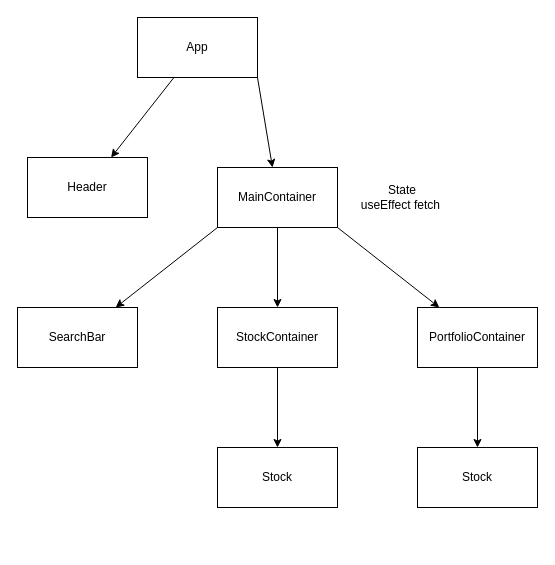
Above: src/Hierarchy.drawio in clambiase08/react-hooks-practice-stocks (draw.io), before the change. Source tidied: cells renumbered, new cells numbered last; positions are measured from the earlier drawing's top-left corner, leaving out a move shared by most shapes. Both pictures are drawn from the tidied source at 100%, with x=0, y=0 at pixel (17, 17).
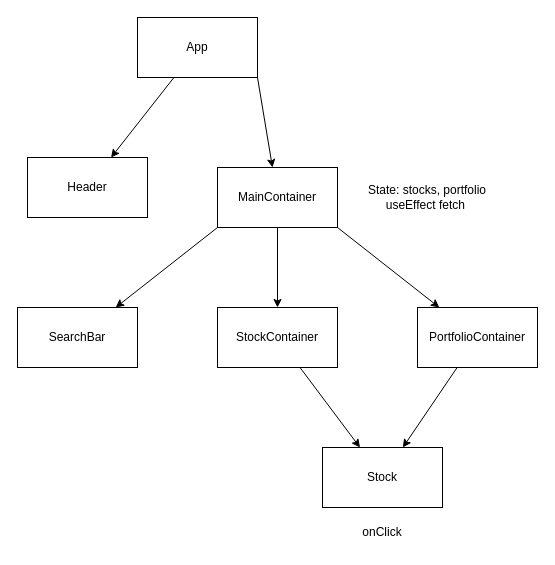
After the change.

Diff of the diagram source:
```diff
@@
 <mxGraphModel>
   <root>
     <mxCell id="0" />
     <mxCell id="1" parent="0" />
     <mxCell id="2" style="edgeStyle=none;html=1;" parent="1" edge="1" source="3" target="5">
       <mxGeometry relative="1" as="geometry" />
     </mxCell>
     <mxCell id="3" value="App" style="whiteSpace=wrap;html=1;" parent="1" vertex="1">
       <mxGeometry x="120" width="120" height="60" as="geometry" />
     </mxCell>
     <mxCell id="4" style="edgeStyle=none;html=1;exitX=1;exitY=1;exitDx=0;exitDy=0;" parent="1" edge="1" source="3" target="7">
       <mxGeometry relative="1" as="geometry" />
     </mxCell>
     <mxCell id="5" value="Header" style="whiteSpace=wrap;html=1;" parent="1" vertex="1">
       <mxGeometry x="10" y="140" width="120" height="60" as="geometry" />
     </mxCell>
     <mxCell id="6" style="edgeStyle=none;html=1;" parent="1" edge="1" source="7" target="11">
       <mxGeometry relative="1" as="geometry" />
     </mxCell>
     <mxCell id="7" value="MainContainer" style="whiteSpace=wrap;html=1;" parent="1" vertex="1">
       <mxGeometry x="200" y="150" width="120" height="60" as="geometry" />
     </mxCell>
     <mxCell id="8" style="edgeStyle=none;html=1;exitX=1;exitY=1;exitDx=0;exitDy=0;" parent="1" edge="1" source="7" target="13">
       <mxGeometry relative="1" as="geometry" />
     </mxCell>
     <mxCell id="9" style="edgeStyle=none;html=1;exitX=0;exitY=1;exitDx=0;exitDy=0;" parent="1" edge="1" source="7" target="14">
       <mxGeometry relative="1" as="geometry" />
     </mxCell>
     <mxCell id="10" style="edgeStyle=none;html=1;" parent="1" edge="1" source="11" target="16">
       <mxGeometry relative="1" as="geometry" />
     </mxCell>
     <mxCell id="11" value="StockContainer" style="whiteSpace=wrap;html=1;" parent="1" vertex="1">
       <mxGeometry x="200" y="290" width="120" height="60" as="geometry" />
     </mxCell>
-    <mxCell id="12" style="edgeStyle=none;html=1;" parent="1" edge="1" source="13" target="15">
+    <mxCell id="12" style="edgeStyle=none;html=1;" parent="1" edge="1" source="13" target="16">
       <mxGeometry relative="1" as="geometry" />
     </mxCell>
     <mxCell id="13" value="PortfolioContainer" style="whiteSpace=wrap;html=1;" parent="1" vertex="1">
       <mxGeometry x="400" y="290" width="120" height="60" as="geometry" />
     </mxCell>
     <mxCell id="14" value="SearchBar" style="whiteSpace=wrap;html=1;" parent="1" vertex="1">
       <mxGeometry y="290" width="120" height="60" as="geometry" />
     </mxCell>
-    <mxCell id="15" value="Stock" style="whiteSpace=wrap;html=1;" parent="1" vertex="1">
-      <mxGeometry x="400" y="430" width="120" height="60" as="geometry" />
-    </mxCell>
     <mxCell id="16" value="Stock" style="whiteSpace=wrap;html=1;" parent="1" vertex="1">
-      <mxGeometry x="200" y="430" width="120" height="60" as="geometry" />
+      <mxGeometry x="305" y="430" width="120" height="60" as="geometry" />
     </mxCell>
-    <mxCell id="17" value="State&lt;br&gt;useEffect fetch&amp;nbsp;" style="text;strokeColor=none;align=center;fillColor=none;html=1;verticalAlign=middle;whiteSpace=wrap;rounded=0;" parent="1" vertex="1">
-      <mxGeometry x="340" y="165" width="90" height="30" as="geometry" />
+    <mxCell id="17" value="State: stocks, portfolio&lt;br&gt;useEffect fetch&amp;nbsp;" style="text;strokeColor=none;align=center;fillColor=none;html=1;verticalAlign=middle;whiteSpace=wrap;rounded=0;" parent="1" vertex="1">
+      <mxGeometry x="340" y="165" width="140" height="30" as="geometry" />
     </mxCell>
+    <mxCell id="18" value="onClick" style="text;strokeColor=none;align=center;fillColor=none;html=1;verticalAlign=middle;whiteSpace=wrap;rounded=0;" parent="1" vertex="1">
+      <mxGeometry x="295" y="500" width="140" height="30" as="geometry" />
+    </mxCell>
   </root>
 </mxGraphModel>
```
